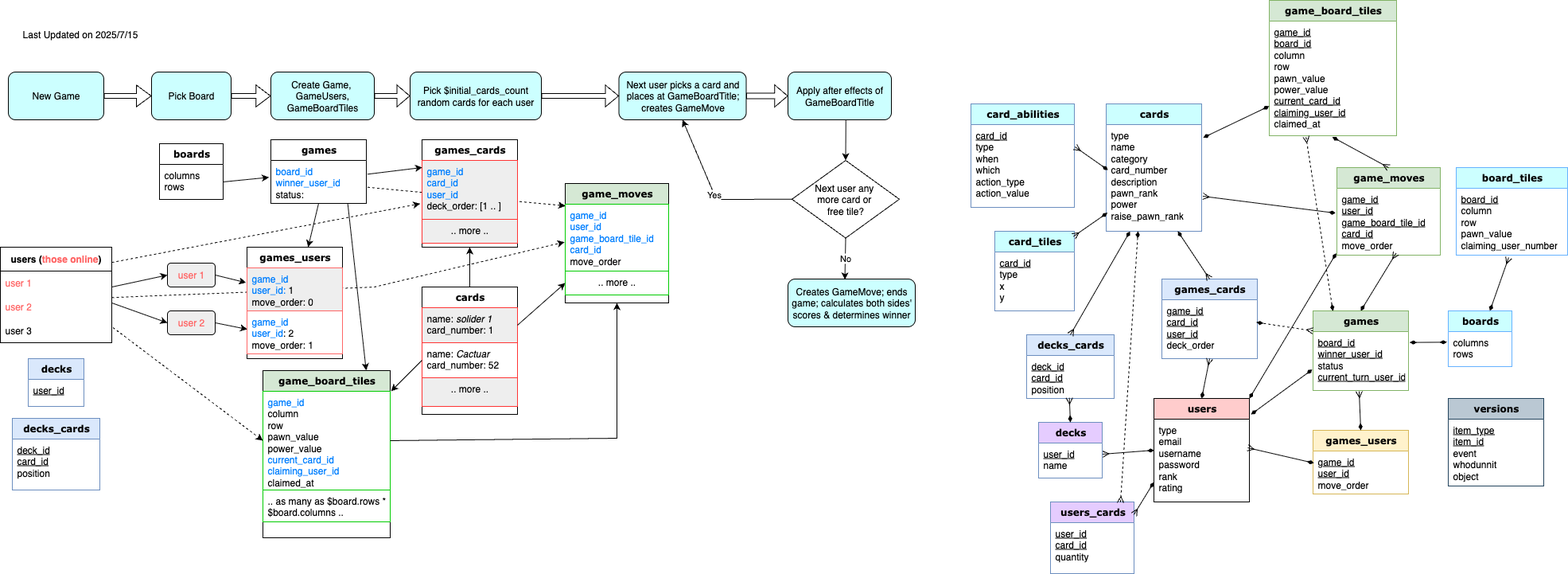
This is doc/diagrams/EER.drawio.png from briangan/queens_blood_by_fan, a draw.io export, as it was before one commit. Source tidied: cells renumbered, new cells last; positions are measured from the earlier drawing's top-left corner, leaving out a move shared by most shapes.
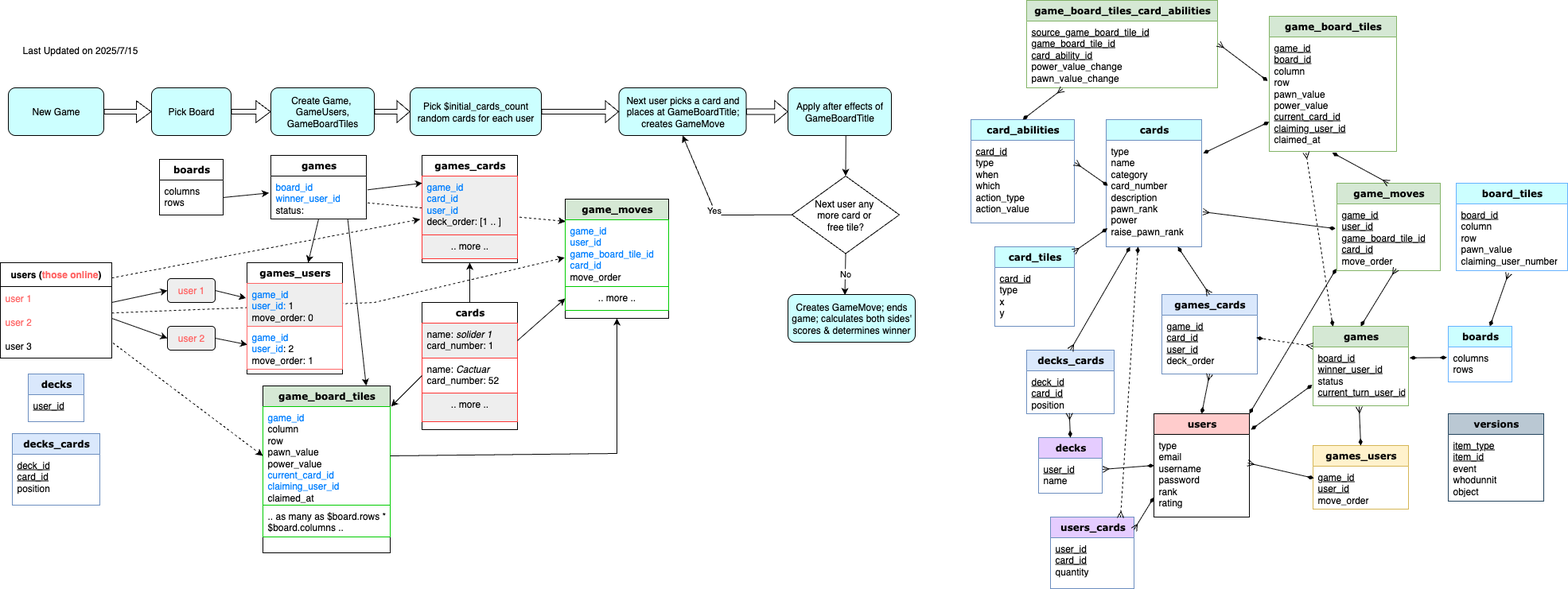
The same diagram one commit later.

Commit message:
Diagrams: EER added game_board_tiles_card_abilities

Change to the diagram source:
```diff
@@ -358,5 +358,17 @@
         <mxPoint x="1430" y="290" as="sourcePoint" />
       </mxGeometry>
     </mxCell>
+    <mxCell id="116" value="&lt;span style=&quot;font-size: 12px;&quot;&gt;&lt;b&gt;game_board_tiles_card_abilities&lt;/b&gt;&lt;/span&gt;" style="swimlane;html=1;fontStyle=0;horizontal=1;startSize=26;fillColor=#d5e8d4;swimlaneFillColor=#ffffff;rounded=0;shadow=0;comic=0;labelBackgroundColor=none;strokeWidth=1;fontFamily=Verdana;fontSize=10;align=center;strokeColor=#82b366;" parent="1" vertex="1">
+      <mxGeometry x="1290" y="-20" width="240" height="110" as="geometry" />
+    </mxCell>
+    <mxCell id="117" value="&lt;div&gt;&lt;u&gt;source_game_board_tile_id&lt;/u&gt;&lt;/div&gt;&lt;div&gt;&lt;u&gt;game_board_tile_id&lt;/u&gt;&lt;/div&gt;&lt;div&gt;&lt;u&gt;card_ability_id&lt;/u&gt;&lt;/div&gt;&lt;div&gt;power_value_change&lt;/div&gt;&lt;div&gt;pawn_value_change&lt;/div&gt;" style="text;html=1;strokeColor=none;fillColor=none;align=left;verticalAlign=top;spacingLeft=4;spacingRight=4;whiteSpace=wrap;overflow=hidden;points=[[0,0.5],[1,0.5]];portConstraint=eastwest;" parent="116" vertex="1">
+      <mxGeometry y="26" width="240" height="84" as="geometry" />
+    </mxCell>
+    <mxCell id="118" style="endArrow=ERmany;html=1;rounded=0;exitX=0.5;exitY=0;exitDx=0;exitDy=0;startArrow=diamondThin;startFill=1;endFill=0;entryX=0.188;entryY=1.018;entryDx=0;entryDy=0;entryPerimeter=0;" parent="1" edge="1" source="8" target="117">
+      <mxGeometry relative="1" as="geometry" />
+    </mxCell>
+    <mxCell id="119" style="endArrow=diamondThin;html=1;rounded=0;exitX=1.004;exitY=0.339;exitDx=0;exitDy=0;startArrow=ERmany;startFill=0;endFill=1;entryX=-0.012;entryY=0.385;entryDx=0;entryDy=0;entryPerimeter=0;exitPerimeter=0;" parent="1" edge="1" source="117" target="5">
+      <mxGeometry relative="1" as="geometry" />
+    </mxCell>
   </root>
 </mxGraphModel>
```
